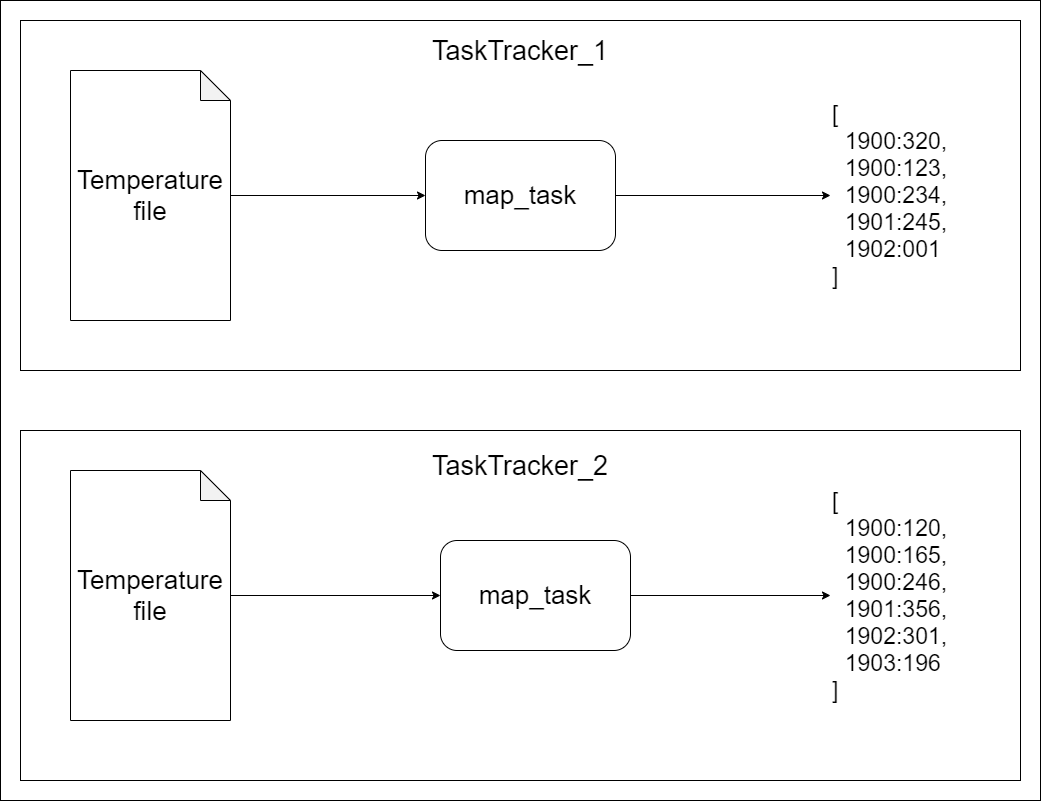
This is lessons/img/map reduce/map reduce map.png from HealerMikado/panorama_big_data_2021, a draw.io export, as it was before one commit. Source tidied: cells renumbered, new cells last; positions are measured from the earlier drawing's top-left corner, leaving out a move shared by most shapes.
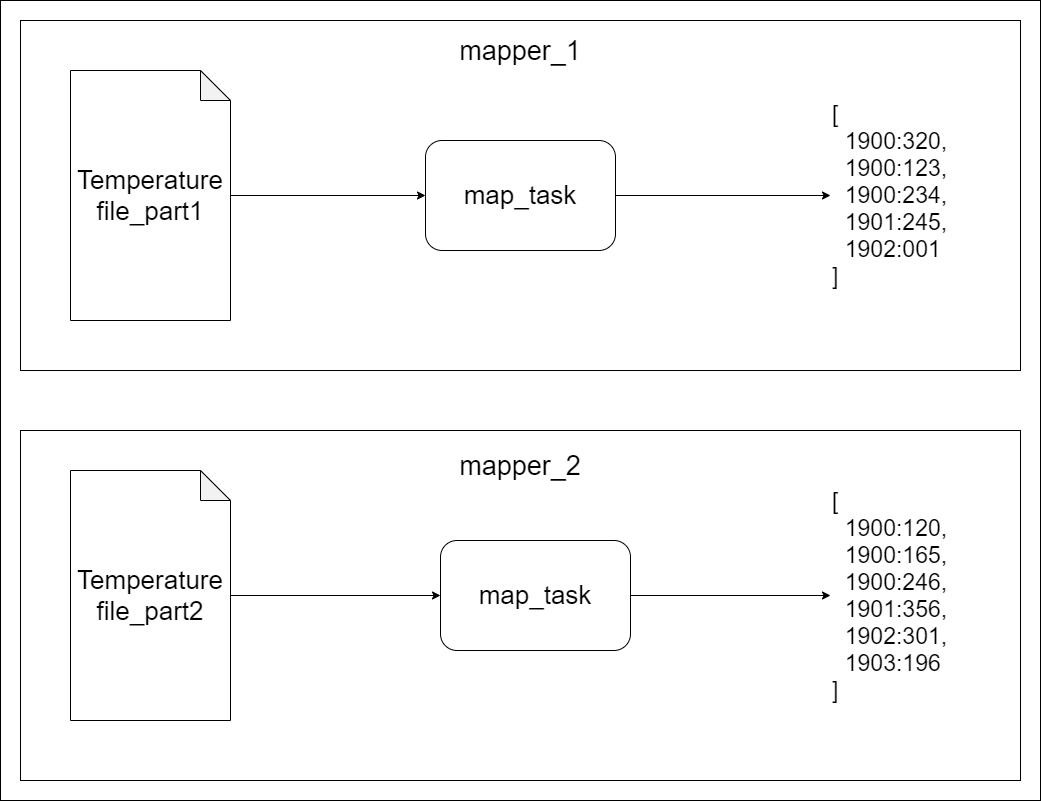
The same file after the commit.

Commit message:
map reduce

The edit, as a diff of the source:
```diff
@@ -11,18 +11,18 @@
     <mxCell id="4" style="rounded=0;whiteSpace=wrap;html=1;fillColor=none;" parent="1" vertex="1">
       <mxGeometry x="20" y="20" width="1000" height="350" as="geometry" />
     </mxCell>
-    <mxCell id="5" style="edgeStyle=orthogonalEdgeStyle;rounded=0;jettySize=auto;html=1;" parent="1" edge="1" source="6" target="10">
-      <mxGeometry relative="1" as="geometry" />
-    </mxCell>
-    <mxCell id="6" value="&lt;font style=&quot;font-size: 26px&quot;&gt;Temperature file&lt;br&gt;&lt;/font&gt;" style="shape=note;whiteSpace=wrap;html=1;backgroundOutline=1;darkOpacity=0.05;" parent="1" vertex="1">
-      <mxGeometry x="70" y="70" width="160" height="250" as="geometry" />
-    </mxCell>
-    <mxCell id="7" style="edgeStyle=orthogonalEdgeStyle;rounded=0;jettySize=auto;html=1;" parent="1" edge="1" source="8" target="12">
-      <mxGeometry relative="1" as="geometry" />
-    </mxCell>
-    <mxCell id="8" value="&lt;font style=&quot;font-size: 26px&quot;&gt;Temperature file&lt;/font&gt;" style="shape=note;whiteSpace=wrap;html=1;backgroundOutline=1;darkOpacity=0.05;" parent="1" vertex="1">
-      <mxGeometry x="70" y="470" width="160" height="250" as="geometry" />
-    </mxCell>
+    <mxCell id="17" style="edgeStyle=orthogonalEdgeStyle;rounded=0;jettySize=auto;html=1;" parent="1" edge="1" source="18" target="10">
+      <mxGeometry relative="1" as="geometry" />
+    </mxCell>
+    <mxCell id="18" value="&lt;font style=&quot;font-size: 26px&quot;&gt;Temperature file_part1&lt;br&gt;&lt;/font&gt;" style="shape=note;whiteSpace=wrap;html=1;backgroundOutline=1;darkOpacity=0.05;" parent="1" vertex="1">
+      <mxGeometry x="70" y="70" width="160" height="250" as="geometry" />
+    </mxCell>
+    <mxCell id="19" style="edgeStyle=orthogonalEdgeStyle;rounded=0;jettySize=auto;html=1;" parent="1" edge="1" source="20" target="12">
+      <mxGeometry relative="1" as="geometry" />
+    </mxCell>
+    <mxCell id="20" value="&lt;font style=&quot;font-size: 26px&quot;&gt;Temperature file_part2&lt;/font&gt;" style="shape=note;whiteSpace=wrap;html=1;backgroundOutline=1;darkOpacity=0.05;" parent="1" vertex="1">
+      <mxGeometry x="70" y="470" width="160" height="250" as="geometry" />
+    </mxCell>
     <mxCell id="9" style="edgeStyle=orthogonalEdgeStyle;rounded=0;jettySize=auto;html=1;" parent="1" edge="1" source="10" target="13">
       <mxGeometry relative="1" as="geometry" />
     </mxCell>
@@ -41,11 +41,11 @@
     <mxCell id="14" value="&lt;font style=&quot;font-size: 23px&quot;&gt;[&lt;br&gt;&lt;div&gt;&lt;span&gt;&amp;nbsp; 1900:120,&lt;/span&gt;&lt;/div&gt;&amp;nbsp; 1900:165,&lt;br&gt;&amp;nbsp; 1900:246,&lt;br&gt;&lt;div&gt;&lt;span&gt;&amp;nbsp; 1901:356,&lt;/span&gt;&lt;/div&gt;&lt;div&gt;&lt;span&gt;&amp;nbsp; 1902:301,&lt;/span&gt;&lt;/div&gt;&lt;div&gt;&lt;span&gt;&amp;nbsp; 1903:196&lt;/span&gt;&lt;/div&gt;&lt;div&gt;]&lt;/div&gt;&lt;/font&gt;" style="text;html=1;strokeColor=none;fillColor=none;align=left;verticalAlign=middle;whiteSpace=wrap;rounded=0;" parent="1" vertex="1">
       <mxGeometry x="830" y="485" width="180" height="220" as="geometry" />
     </mxCell>
-    <mxCell id="15" value="&lt;font style=&quot;font-size: 27px&quot;&gt;TaskTracker_1&lt;/font&gt;" style="text;html=1;strokeColor=none;fillColor=none;align=center;verticalAlign=middle;whiteSpace=wrap;rounded=0;" parent="1" vertex="1">
-      <mxGeometry x="405" y="30" width="230" height="40" as="geometry" />
-    </mxCell>
-    <mxCell id="16" value="&lt;font style=&quot;font-size: 27px&quot;&gt;TaskTracker_2&lt;/font&gt;" style="text;html=1;strokeColor=none;fillColor=none;align=center;verticalAlign=middle;whiteSpace=wrap;rounded=0;" parent="1" vertex="1">
-      <mxGeometry x="405" y="445" width="230" height="40" as="geometry" />
-    </mxCell>
+    <mxCell id="21" value="&lt;font style=&quot;font-size: 27px&quot;&gt;mapper_1&lt;/font&gt;" style="text;html=1;strokeColor=none;fillColor=none;align=center;verticalAlign=middle;whiteSpace=wrap;rounded=0;" parent="1" vertex="1">
+      <mxGeometry x="405" y="30" width="230" height="40" as="geometry" />
+    </mxCell>
+    <mxCell id="22" value="&lt;font style=&quot;font-size: 27px&quot;&gt;mapper_2&lt;/font&gt;" style="text;html=1;strokeColor=none;fillColor=none;align=center;verticalAlign=middle;whiteSpace=wrap;rounded=0;" parent="1" vertex="1">
+      <mxGeometry x="405" y="445" width="230" height="40" as="geometry" />
+    </mxCell>
   </root>
 </mxGraphModel>
```
